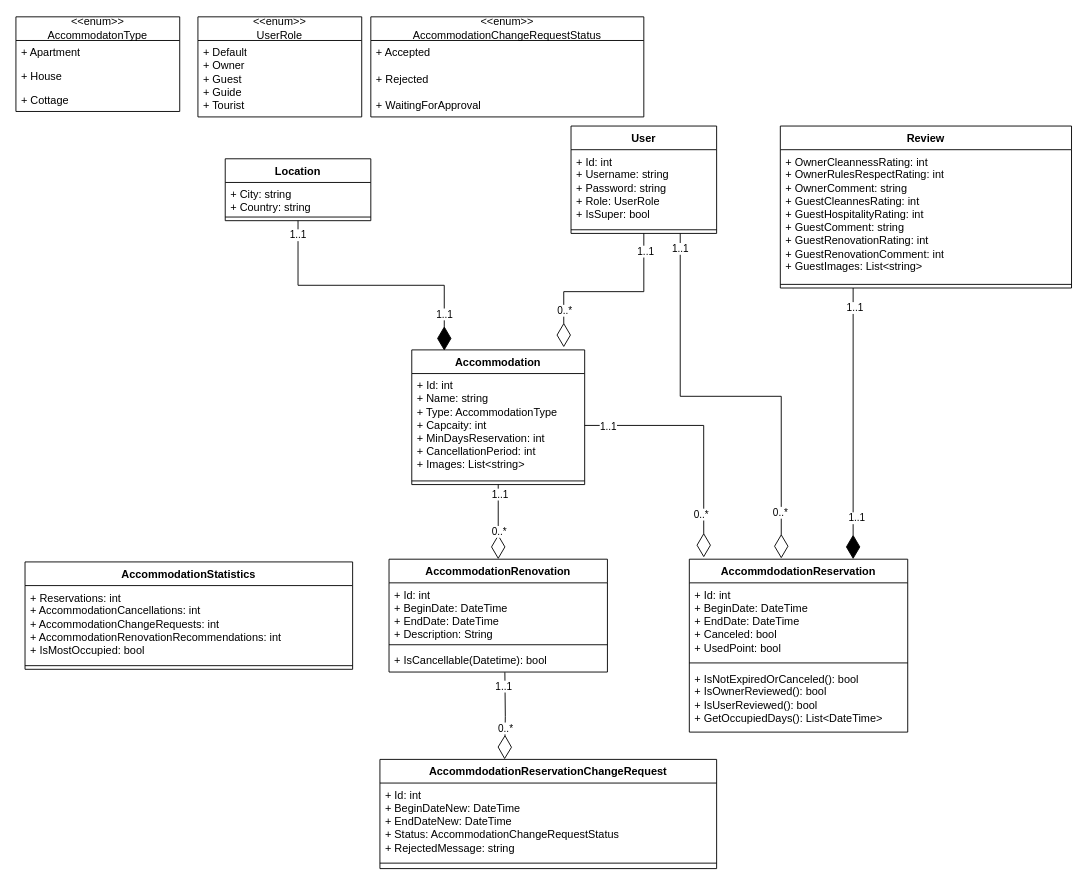
Earlier version of the draw.io diagram Diagrams/Class Diagrams/OwnerClassDiagram.drawio (kzi-nastava/sims-ra-2024-group-3-team-a). Source tidied: cells renumbered, new cells numbered last; positions are measured from the earlier drawing's top-left corner, leaving out a move shared by most shapes. Both pictures are drawn from the tidied source at 91%, with x=0, y=0 at pixel (15, 16).
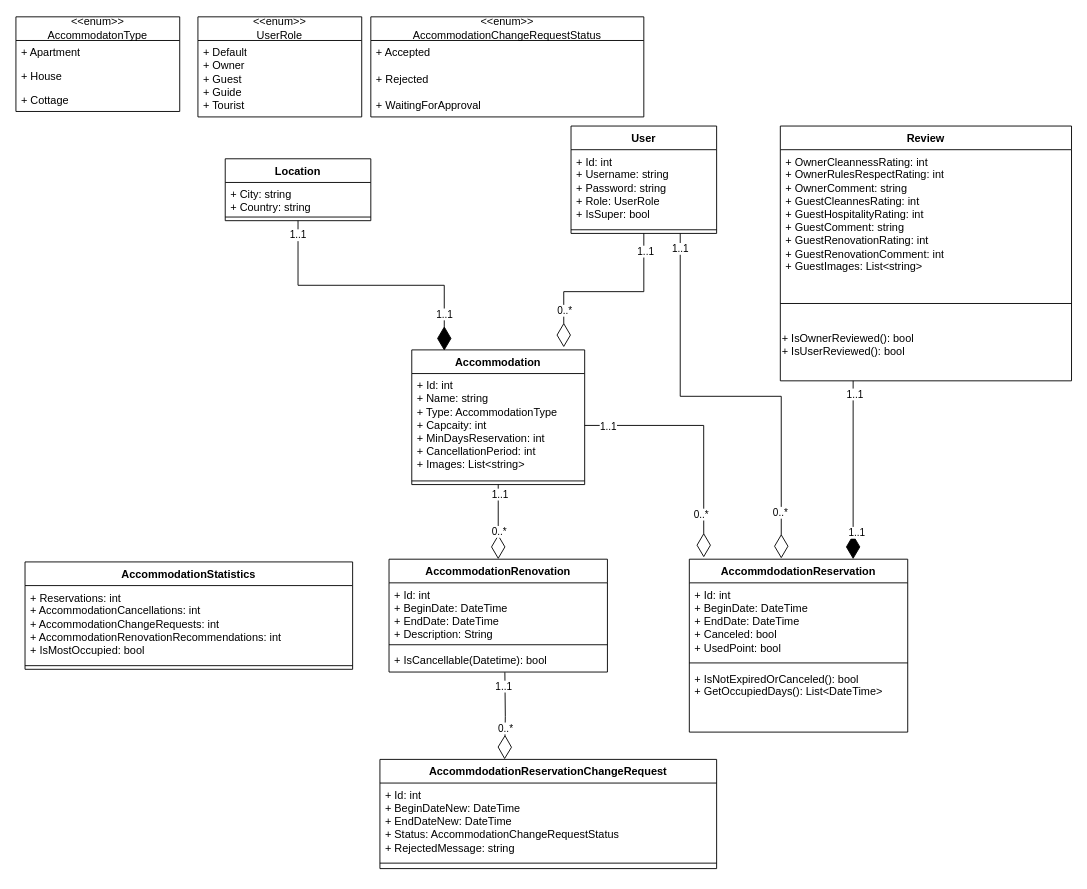
Above is the later version.

The change refers to these unchanged cells:
```xml
<mxCell id="33" value="AccommdodationReservation" style="swimlane;fontStyle=1;align=center;verticalAlign=top;horizontal=1;startSize=26;whiteSpace=wrap;html=1;" parent="1" vertex="1">
  <mxGeometry x="740" y="596" width="240" height="190" as="geometry" />
</mxCell>
```

Change to the diagram source:
```diff
@@
-    <mxCell id="36" value="&lt;div&gt;+ IsNotExpiredOrCanceled(): bool&lt;/div&gt;&lt;div&gt;+ IsOwnerReviewed(): bool&lt;/div&gt;&lt;div&gt;+ IsUserReviewed(): bool&lt;/div&gt;&lt;div&gt;+ GetOccupiedDays(): List&amp;lt;DateTime&amp;gt;&lt;/div&gt;&lt;div&gt;&lt;br&gt;&lt;/div&gt;" style="text;strokeColor=none;fillColor=none;align=left;verticalAlign=top;spacingLeft=4;spacingRight=4;overflow=hidden;whiteSpace=wrap;html=1;" parent="33" vertex="1">
+    <mxCell id="36" value="&lt;div&gt;+ IsNotExpiredOrCanceled(): bool&lt;/div&gt;&lt;div&gt;+ GetOccupiedDays(): List&amp;lt;DateTime&amp;gt;&lt;/div&gt;&lt;div&gt;&lt;br&gt;&lt;/div&gt;" style="text;strokeColor=none;fillColor=none;align=left;verticalAlign=top;spacingLeft=4;spacingRight=4;overflow=hidden;whiteSpace=wrap;html=1;" parent="33" vertex="1">
       <mxGeometry y="118" width="240" height="72" as="geometry" />
     </mxCell>
@@
     <mxCell id="43" value="Review" style="swimlane;fontStyle=1;align=center;verticalAlign=top;horizontal=1;startSize=26;whiteSpace=wrap;html=1;" parent="1" vertex="1">
-      <mxGeometry x="840" y="120" width="320" height="178" as="geometry" />
+      <mxGeometry x="840" y="120" width="320" height="280" as="geometry" />
     </mxCell>
@@
     <mxCell id="45" style="line;strokeWidth=1;fillColor=none;align=left;verticalAlign=middle;spacingTop=-1;spacingLeft=3;spacingRight=3;labelPosition=right;strokeColor=inherit;" parent="43" vertex="1">
-      <mxGeometry y="170" width="320" height="8" as="geometry" />
+      <mxGeometry y="170" width="320" height="50" as="geometry" />
     </mxCell>
+    <mxCell id="58" value="+ IsOwnerReviewed(): bool &#10;+ IsUserReviewed(): bool" style="text;whiteSpace=wrap;html=1;" parent="43" vertex="1">
+      <mxGeometry y="220" width="320" height="60" as="geometry" />
+    </mxCell>
```
